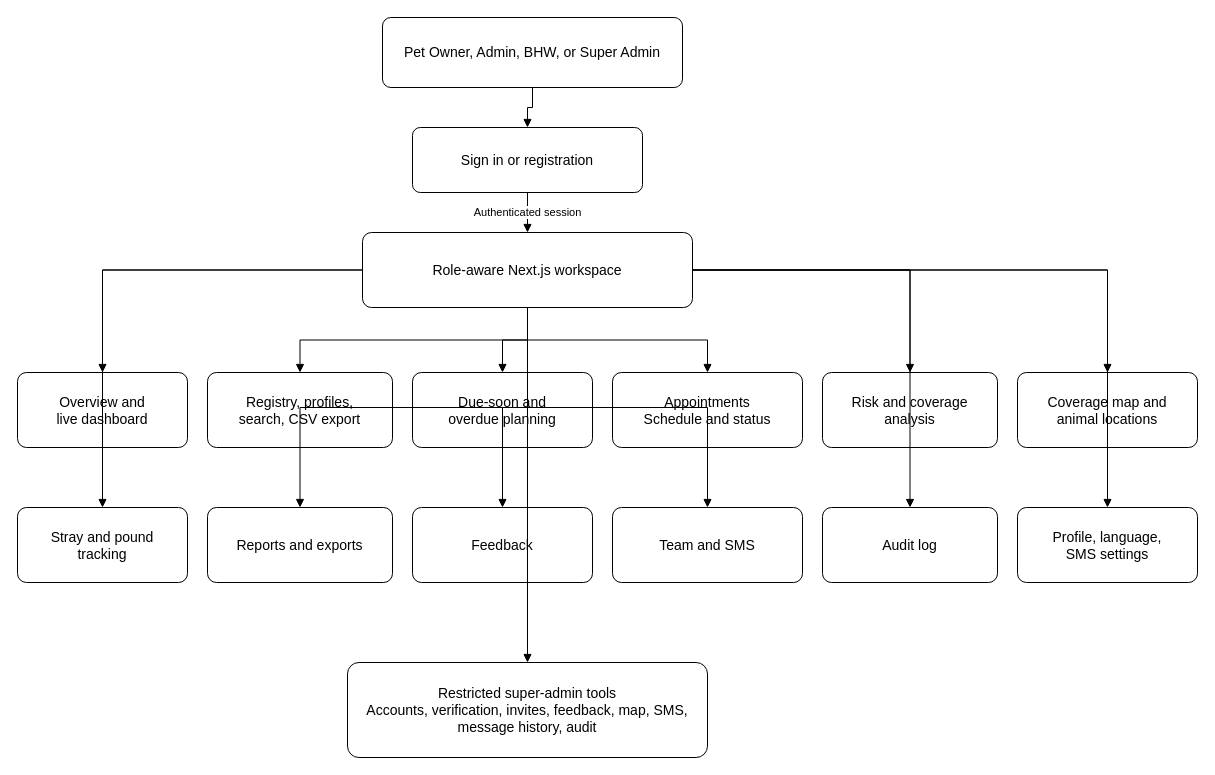
Above: docs/vaccitrack-front-end.drawio in kiniakoangaccount/vaccitrack-capstone (draw.io), before the change. Source tidied: cells renumbered, new cells numbered last; positions are measured from the earlier drawing's top-left corner, leaving out a move shared by most shapes. Both pictures are drawn from the tidied source at 100%, with x=0, y=0 at pixel (17, 17).
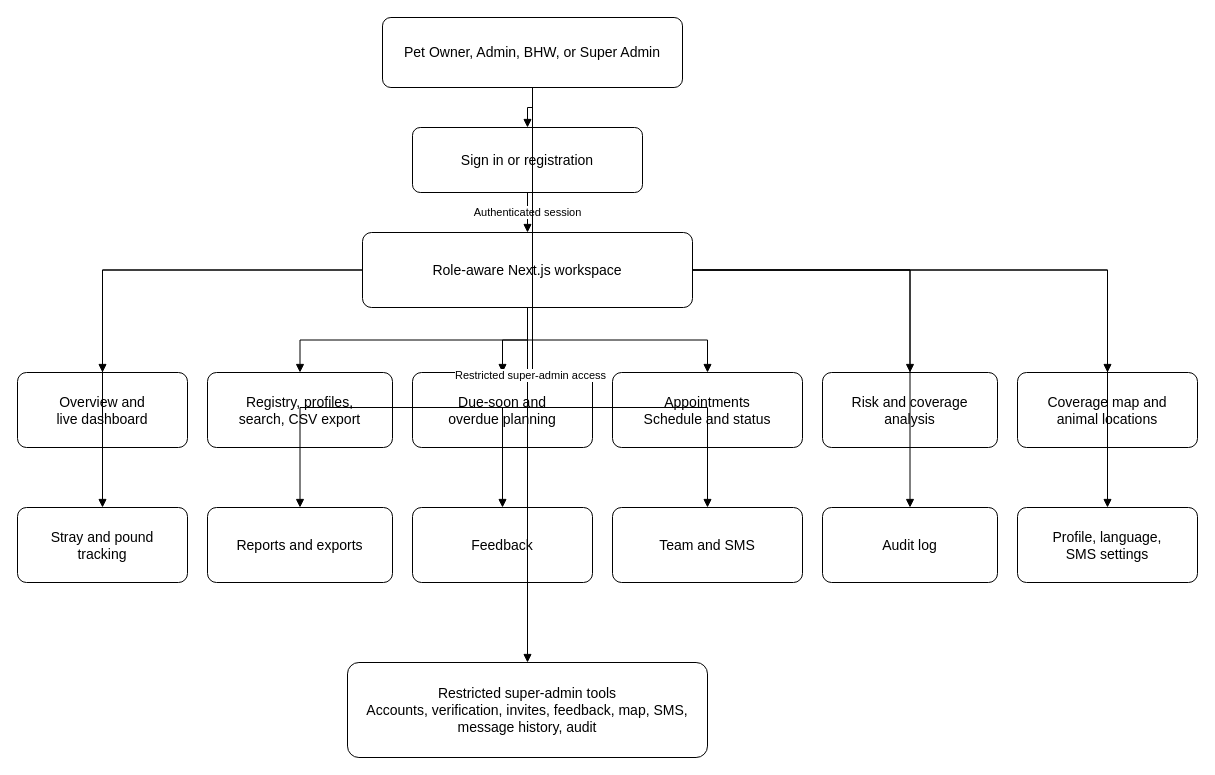
The same diagram, later.

The change refers to these unchanged cells:
```xml
<mxCell id="2" value="Pet Owner, Admin, BHW, or Super Admin" style="rounded=1;arcSize=12;strokeColor=#000000;fontColor=#000000;fillColor=#FFFFFF;whiteSpace=wrap;html=1;fontSize=14;align=center;verticalAlign=middle;" parent="1" vertex="1">
  <mxGeometry x="365" width="300" height="70" as="geometry" />
</mxCell>
<mxCell id="4" value="Role-aware Next.js workspace" style="rounded=1;arcSize=12;strokeColor=#000000;fontColor=#000000;fillColor=#FFFFFF;whiteSpace=wrap;html=1;fontSize=14;align=center;verticalAlign=middle;" parent="1" vertex="1">
  <mxGeometry x="345" y="215" width="330" height="75" as="geometry" />
</mxCell>
<mxCell id="17" value="Restricted super-admin tools&#10;Accounts, verification, invites, feedback, map, SMS, message history, audit" style="rounded=1;arcSize=12;strokeColor=#000000;fontColor=#000000;fillColor=#FFFFFF;whiteSpace=wrap;html=1;fontSize=14;align=center;verticalAlign=middle;" parent="1" vertex="1">
  <mxGeometry x="330" y="645" width="360" height="95" as="geometry" />
</mxCell>
```

Change to the diagram source:
```diff
@@
-    <mxCell id="32" style="edgeStyle=orthogonalEdgeStyle;rounded=0;jettySize=auto;html=1;strokeColor=#000000;strokeWidth=1;endArrow=block;endFill=1;fontColor=#000000;fontSize=11;labelBackgroundColor=#FFFFFF;" parent="1" edge="1" source="4" target="17">
+    <mxCell id="32" value="Restricted super-admin access" style="edgeStyle=orthogonalEdgeStyle;rounded=0;jettySize=auto;html=1;strokeColor=#000000;strokeWidth=1;endArrow=block;endFill=1;fontColor=#000000;fontSize=11;labelBackgroundColor=#FFFFFF;" parent="1" edge="1" source="2" target="17">
       <mxGeometry relative="1" as="geometry" />
     </mxCell>
```
